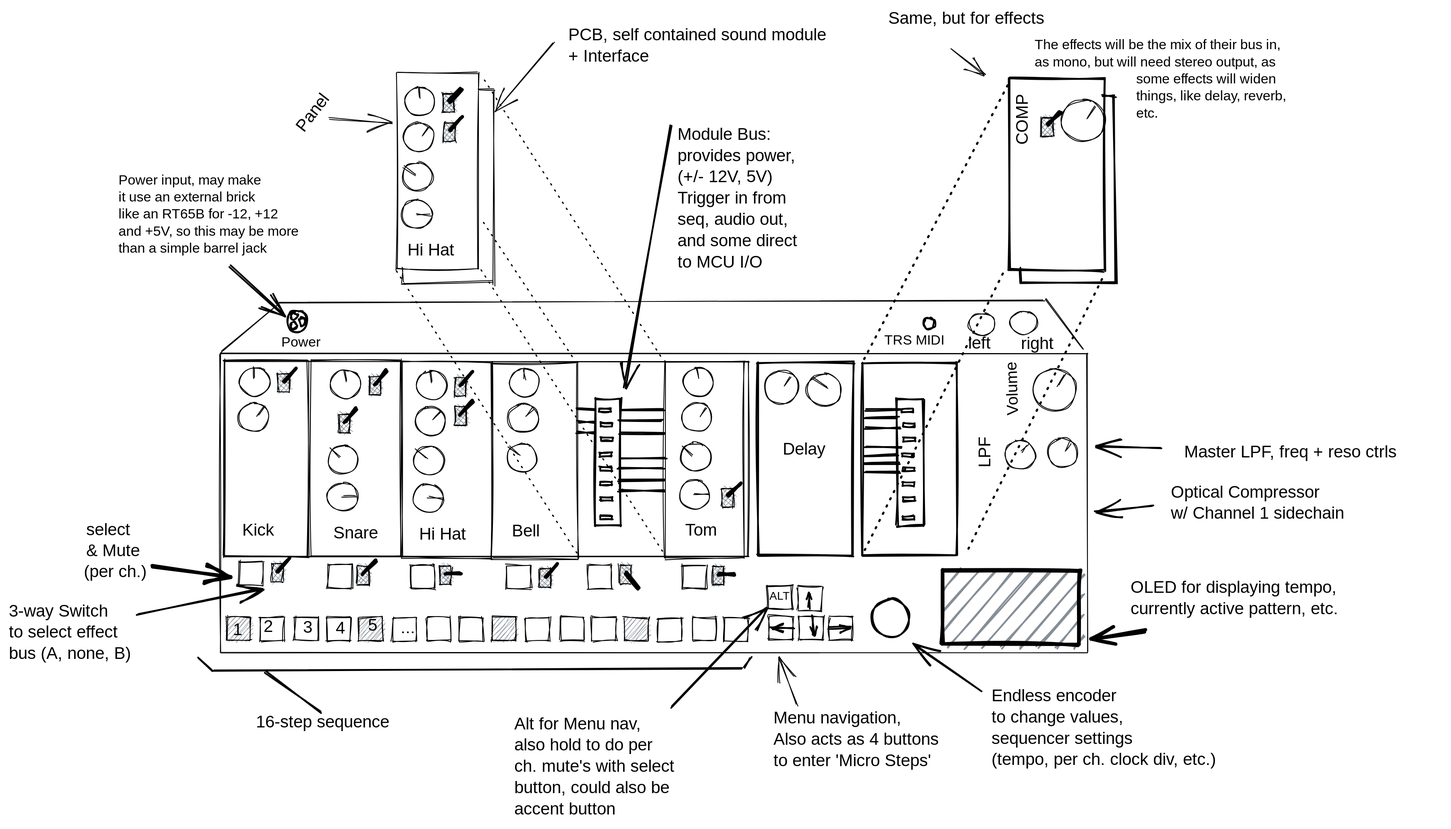
Earlier version of the Excalidraw export exclidraw.svg (VegaDeftwing/AnalogDrumMachine). Source tidied: one line per element, renumbered; positions are measured from the earlier drawing's top-left corner, leaving out a move shared by most shapes.
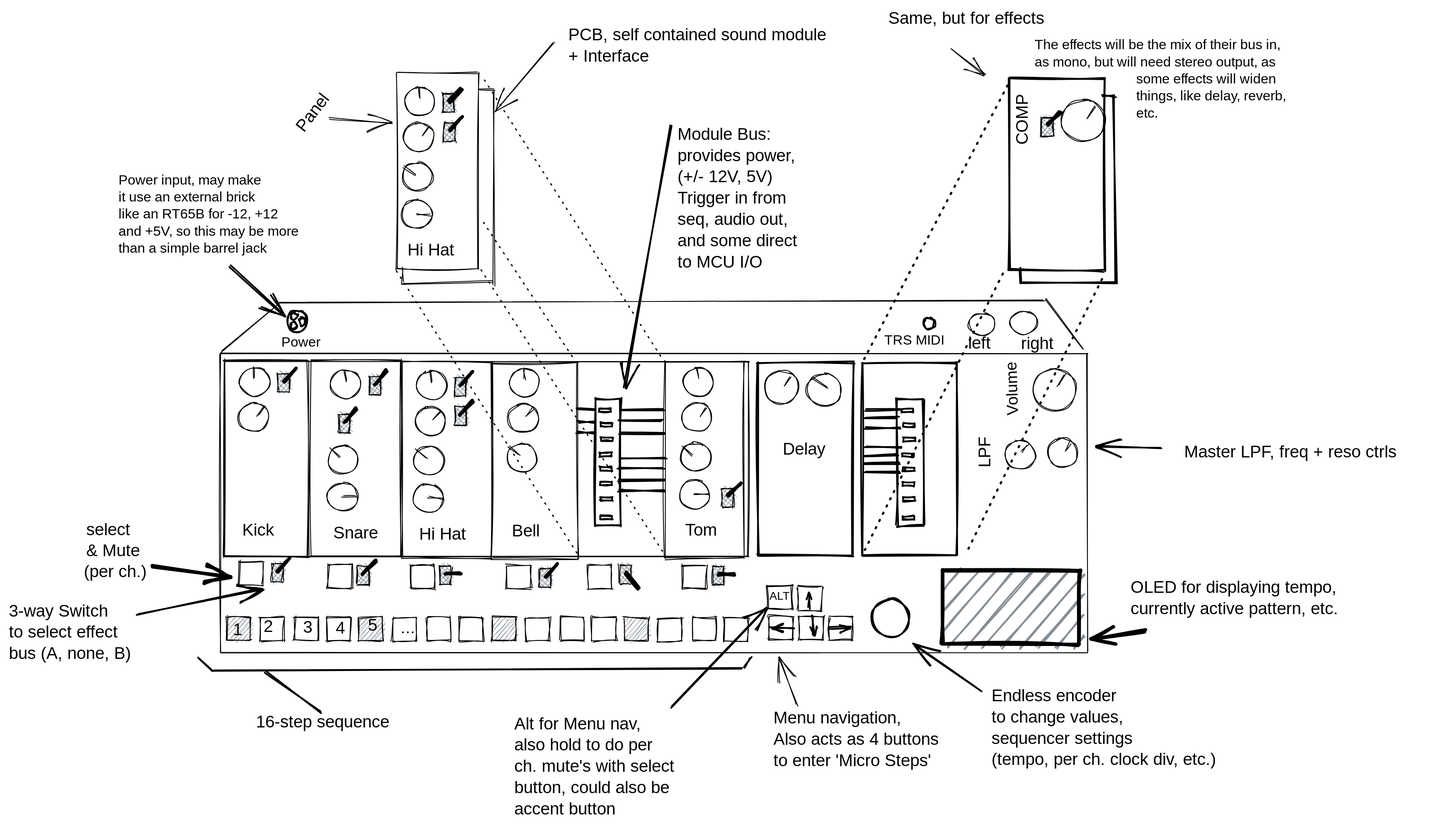
The same file after the commit.

Commit message:
quick mock up fix, the third

The edit, as a diff of the source:
```diff
@@ -122,8 +122,6 @@
 {"id": 121, "type": "text", "text": "COMP", "strokeColor": "#000000", "angle": 4.71, "strokeWidth": 2, "roughness": 1, "fontSize": 20, "fontFamily": 1, "x": 1163, "y": 120, "width": 56, "height": 25}
 {"id": 122, "type": "rectangle", "strokeColor": "#000000", "backgroundColor": "#868e96", "fillStyle": "cross-hatch", "strokeWidth": 1, "roughness": 1, "x": 1212, "y": 128, "width": 13, "height": 22}
 {"id": 123, "type": "line", "strokeColor": "#000000", "backgroundColor": "#868e96", "fillStyle": "solid", "strokeWidth": 4, "roughness": 1, "x": 1220, "y": 137, "width": 14, "height": 15, "points": [[0, 0], [14, -15]]}
-{"id": 124, "type": "arrow", "strokeColor": "#000000", "strokeWidth": 2, "roughness": 1, "endArrowhead": "arrow", "to": 0, "x": 1343, "y": 583, "width": 67, "height": 7, "points": [[0, 0], [-67, 7]]}
-{"id": 125, "type": "text", "text": "Optical Compressor\nw/ Channel 1 sidechain", "strokeColor": "#000000", "strokeWidth": 2, "roughness": 1, "fontSize": 20, "fontFamily": 1, "x": 1364, "y": 556, "width": 213, "height": 50}
 {"id": 126, "type": "ellipse", "strokeColor": "#000000", "strokeWidth": 1, "roughness": 1, "x": 1219, "y": 504, "width": 35, "height": 34}
 {"id": 127, "type": "line", "strokeColor": "#000000", "strokeWidth": 1, "roughness": 1, "x": 1245, "y": 509, "width": 5, "height": 9, "points": [[0, 0], [-5, 9]]}
 {"id": 128, "type": "arrow", "strokeColor": "#000000", "strokeWidth": 2, "roughness": 1, "endArrowhead": "arrow", "to": 0, "x": 1352, "y": 516, "width": 76, "height": 2, "points": [[0, 0], [-76, -2]]}
```
